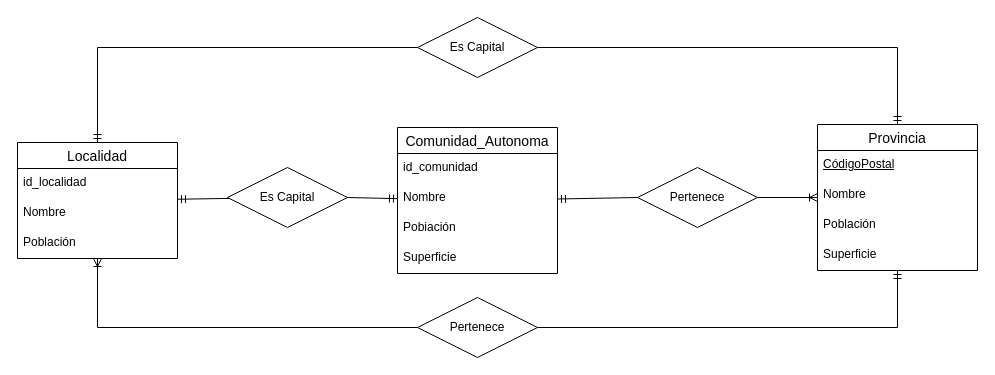
This is Ej3.drawio from AlejandroCara/acr-tsys-modeloER-drawio-1110, a draw.io file, before an edit. Source tidied: cells renumbered, new cells numbered last; positions are measured from the earlier drawing's top-left corner, leaving out a move shared by most shapes. Both pictures are drawn from the tidied source at 100%, with x=0, y=0 at pixel (17, 17).
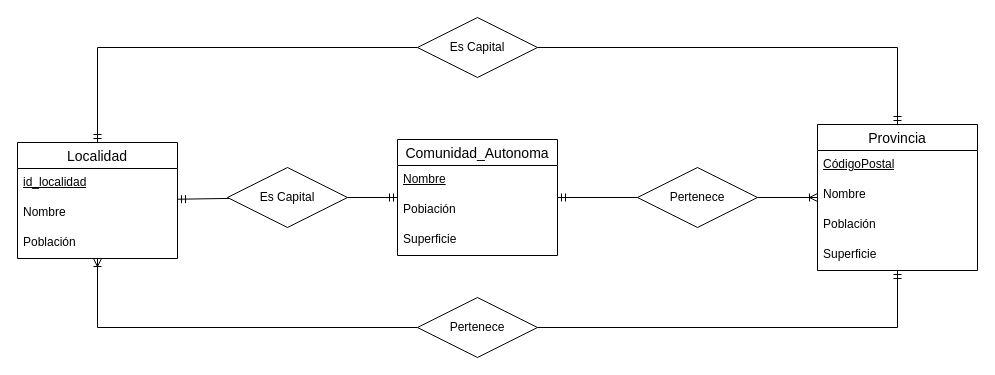
The same page after the edit.

The change refers to these unchanged cells:
```xml
<mxCell id="2" value="Localidad" style="swimlane;fontStyle=0;horizontal=1;startSize=26;align=center;fontSize=14;" parent="1" vertex="1">
  <mxGeometry y="125" width="160" height="116" as="geometry" />
</mxCell>
```

The edit, as a diff of the source:
```diff
@@
-    <mxCell id="3" value="id_localidad" style="text;strokeColor=none;fillColor=none;spacingLeft=4;spacingRight=4;overflow=hidden;fontSize=12;whiteSpace=wrap;html=1;" parent="2" vertex="1">
+    <mxCell id="3" value="&lt;u&gt;id_localidad&lt;/u&gt;" style="text;strokeColor=none;fillColor=none;spacingLeft=4;spacingRight=4;overflow=hidden;fontSize=12;whiteSpace=wrap;html=1;" parent="2" vertex="1">
       <mxGeometry y="26" width="160" height="30" as="geometry" />
     </mxCell>
@@
     <mxCell id="11" value="Comunidad_Autonoma" style="swimlane;fontStyle=0;horizontal=1;startSize=26;align=center;fontSize=14;" parent="1" vertex="1">
-      <mxGeometry x="380" y="110" width="160" height="146" as="geometry" />
+      <mxGeometry x="380" y="122" width="160" height="116" as="geometry" />
     </mxCell>
-    <mxCell id="12" value="id_comunidad" style="text;strokeColor=none;fillColor=none;spacingLeft=4;spacingRight=4;overflow=hidden;fontSize=12;whiteSpace=wrap;html=1;" parent="11" vertex="1">
-      <mxGeometry y="26" width="160" height="30" as="geometry" />
-    </mxCell>
-    <mxCell id="13" value="Nombre" style="text;strokeColor=none;fillColor=none;spacingLeft=4;spacingRight=4;overflow=hidden;fontSize=12;whiteSpace=wrap;html=1;" parent="11" vertex="1">
-      <mxGeometry y="56" width="160" height="30" as="geometry" />
+    <mxCell id="13" value="&lt;u&gt;Nombre&lt;/u&gt;" style="text;strokeColor=none;fillColor=none;spacingLeft=4;spacingRight=4;overflow=hidden;fontSize=12;whiteSpace=wrap;html=1;" parent="11" vertex="1">
+      <mxGeometry y="26" width="160" height="30" as="geometry" />
     </mxCell>
     <mxCell id="14" value="Pobiación" style="text;strokeColor=none;fillColor=none;spacingLeft=4;spacingRight=4;overflow=hidden;fontSize=12;whiteSpace=wrap;html=1;" parent="11" vertex="1">
-      <mxGeometry y="86" width="160" height="30" as="geometry" />
+      <mxGeometry y="56" width="160" height="30" as="geometry" />
     </mxCell>
     <mxCell id="15" value="Superficie" style="text;strokeColor=none;fillColor=none;spacingLeft=4;spacingRight=4;overflow=hidden;fontSize=12;whiteSpace=wrap;html=1;" parent="11" vertex="1">
-      <mxGeometry y="116" width="160" height="30" as="geometry" />
+      <mxGeometry y="86" width="160" height="30" as="geometry" />
     </mxCell>
```
